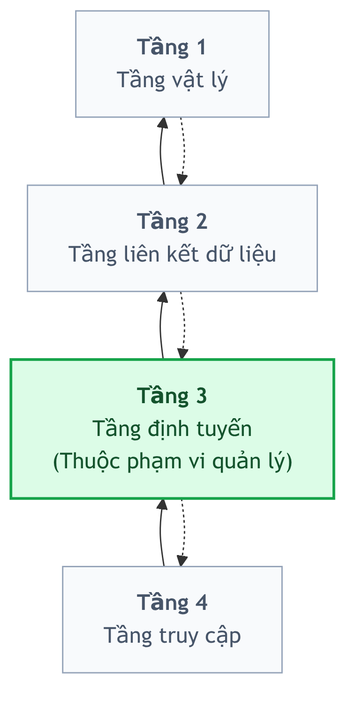
Earlier version of the Mermaid export docs/week03-problem-and-current-solutions/outputs/diagrams/diagram-05.png (RainAllDay-vn/graduation-project). Its source is kept beside it as docs/week03-problem-and-current-solutions/outputs/diagrams/diagram-05.mmd. The source it was exported from:
```mermaid
flowchart BT
    A1["<b>Tầng 4</b><br/>Tầng truy cập"]
    A2["<b>Tầng 3</b><br/>Tầng định tuyến<br/>(Thuộc phạm vi quản lý)"]
    A3["<b>Tầng 2</b><br/>Tầng liên kết dữ liệu"]
    A4["<b>Tầng 1</b><br/>Tầng vật lý"]

    A1 --> A2
    A2 --> A3
    A3 --> A4
    A4 -.-> A3
    A3 -.-> A2
    A2 -.-> A1

    classDef scope fill:#DCFCE7,stroke:#16A34A,stroke-width:2px,color:#14532D;
    classDef outside fill:#F8FAFC,stroke:#94A3B8,color:#475569;
    class A2 scope;
    class A1,A3,A4 outside;
```
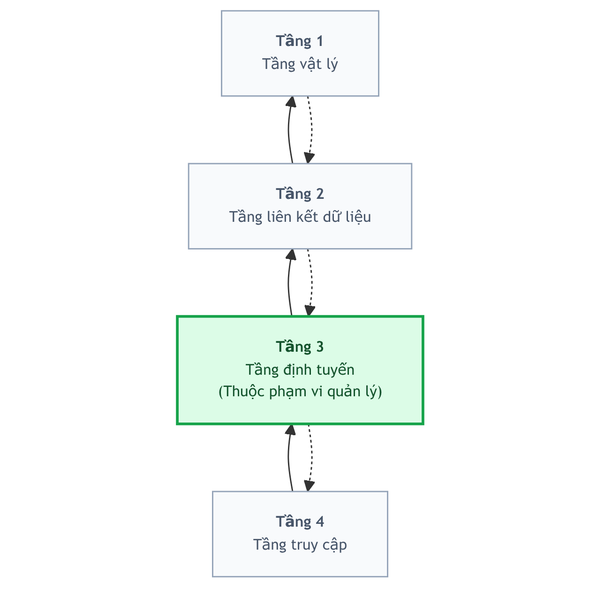
Later version of the same file.

What changed in the source:
```diff
@@ -1,3 +1,4 @@
+%%{init: {"themeVariables": {"fontSize": "11px"}}}%%
 flowchart BT
     A1["<b>Tầng 4</b><br/>Tầng truy cập"]
     A2["<b>Tầng 3</b><br/>Tầng định tuyến<br/>(Thuộc phạm vi quản lý)"]
```
